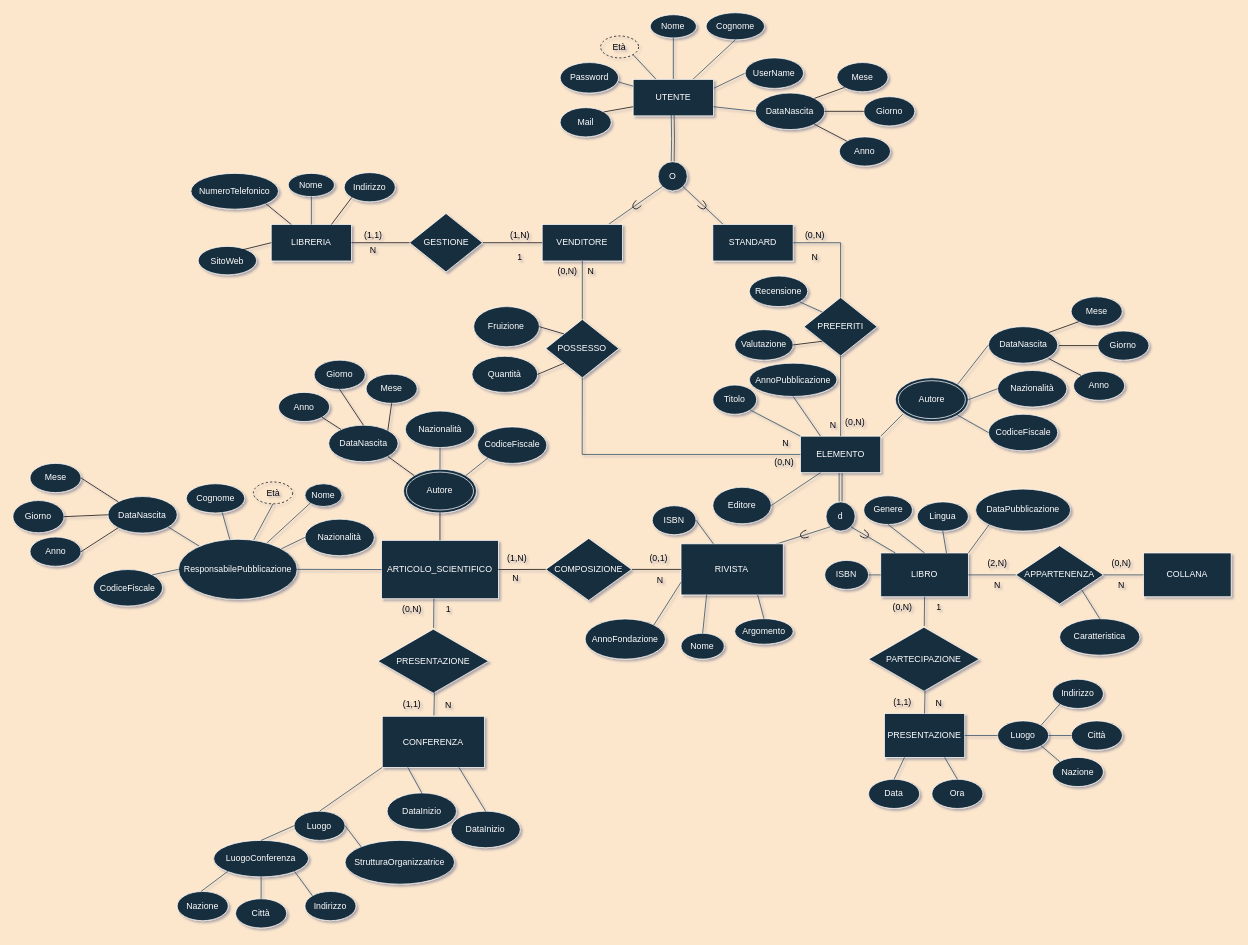
Giovk/Sistema-di-una-Bibleoteca-Digitale keeps this draw.io diagram as Copia di diagrammaER_v1.2.1.drawio. Above is the earlier version. Source tidied: cells renumbered, new cells numbered last; positions are measured from the earlier drawing's top-left corner, leaving out a move shared by most shapes. Both pictures are drawn from the tidied source at 73%, with x=0, y=0 at pixel (12, 12).
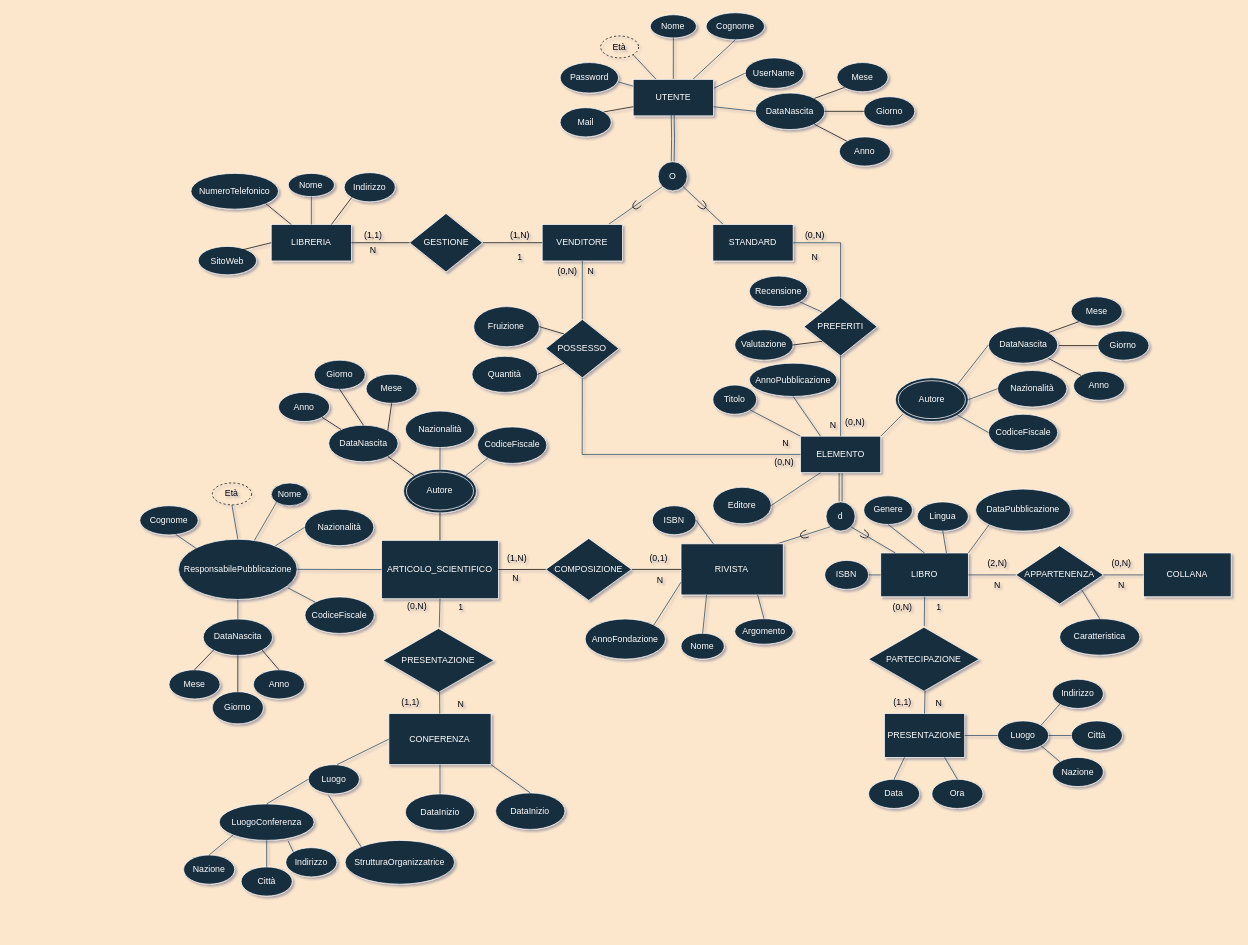
Above is the later version.

The change refers to these unchanged cells:
```xml
<mxCell id="4" value="ARTICOLO_SCIENTIFICO" style="rounded=0;whiteSpace=wrap;html=1;fillColor=#182E3E;strokeColor=#FFFFFF;fontColor=#FFFFFF;" parent="1" vertex="1">
  <mxGeometry x="505.2" y="722.7" width="160" height="80" as="geometry" />
</mxCell>
<mxCell id="79" value="ResponsabilePubblicazione" style="ellipse;whiteSpace=wrap;html=1;fillColor=#182E3E;strokeColor=#FFFFFF;fontColor=#FFFFFF;" parent="1" vertex="1">
  <mxGeometry x="227" y="721.2" width="162.6" height="82.5" as="geometry" />
</mxCell>
<mxCell id="89" value="StrutturaOrganizzatrice" style="ellipse;whiteSpace=wrap;html=1;fillColor=#182E3E;strokeColor=#FFFFFF;fontColor=#FFFFFF;" parent="1" vertex="1">
  <mxGeometry x="455.2" y="1133.7" width="150" height="60" as="geometry" />
</mxCell>
```

Diff of the diagram source:
```diff
@@
     <mxCell id="63" value="CONFERENZA" style="rounded=0;whiteSpace=wrap;html=1;fillColor=#182E3E;strokeColor=#FFFFFF;fontColor=#FFFFFF;" parent="1" vertex="1">
-      <mxGeometry x="506.1" y="963.7" width="140" height="70" as="geometry" />
+      <mxGeometry x="515.2" y="960" width="140" height="70" as="geometry" />
     </mxCell>
@@
     <mxCell id="70" value="Nome" style="ellipse;whiteSpace=wrap;html=1;fillColor=#182E3E;strokeColor=#FFFFFF;fontColor=#FFFFFF;" parent="1" vertex="1">
-      <mxGeometry x="400.2" y="645.2" width="50.8" height="31.2" as="geometry" />
+      <mxGeometry x="354" y="644.1" width="50.8" height="31.2" as="geometry" />
     </mxCell>
     <mxCell id="71" value="Cognome" style="ellipse;whiteSpace=wrap;html=1;fillColor=#182E3E;strokeColor=#FFFFFF;fontColor=#FFFFFF;" parent="1" vertex="1">
-      <mxGeometry x="237.7" y="645.2" width="80" height="40" as="geometry" />
+      <mxGeometry x="174" y="675.3" width="80" height="40" as="geometry" />
     </mxCell>
     <mxCell id="72" value="DataNascita" style="ellipse;whiteSpace=wrap;html=1;fillColor=#182E3E;strokeColor=#FFFFFF;fontColor=#FFFFFF;" parent="1" vertex="1">
-      <mxGeometry x="130.3" y="662.7" width="95" height="50" as="geometry" />
+      <mxGeometry x="260.8" y="830.4" width="95" height="50" as="geometry" />
     </mxCell>
-    <mxCell id="73" style="endArrow=none;html=1;rounded=0;labelBackgroundColor=#FCE7CD;strokeColor=#23445D;" parent="1" edge="1" source="79">
-      <mxGeometry relative="1" as="geometry">
-        <mxPoint x="210.2" y="702.7" as="targetPoint" />
-      </mxGeometry>
+    <mxCell id="73" style="endArrow=none;html=1;rounded=0;labelBackgroundColor=#FCE7CD;strokeColor=#23445D;" parent="1" edge="1" source="79" target="72">
+      <mxGeometry relative="1" as="geometry" />
     </mxCell>
     <mxCell id="74" value="CodiceFiscale" style="ellipse;whiteSpace=wrap;html=1;fillColor=#182E3E;strokeColor=#FFFFFF;fontColor=#FFFFFF;" parent="1" vertex="1">
-      <mxGeometry x="110.2" y="762.7" width="95" height="50" as="geometry" />
+      <mxGeometry x="400.2" y="800.2" width="95" height="50" as="geometry" />
     </mxCell>
     <mxCell id="75" value="Nazionalità" style="ellipse;whiteSpace=wrap;html=1;strokeColor=#FFFFFF;fontColor=#FFFFFF;fillColor=#182E3E;" parent="1" vertex="1">
-      <mxGeometry x="400.2" y="693.7" width="95" height="50" as="geometry" />
+      <mxGeometry x="399.6" y="680" width="95" height="50" as="geometry" />
     </mxCell>
@@
     <mxCell id="77" value="&lt;font color=&quot;#000000&quot;&gt;Età&lt;/font&gt;" style="ellipse;whiteSpace=wrap;html=1;align=center;dashed=1;strokeColor=#000000;fontColor=#FFFFFF;fillColor=none;" parent="1" vertex="1">
-      <mxGeometry x="329.6" y="642.7" width="53.8" height="30" as="geometry" />
+      <mxGeometry x="273.3" y="644.1" width="53.8" height="30" as="geometry" />
     </mxCell>
-    <mxCell id="78" style="endArrow=none;html=1;rounded=0;strokeColor=#23445D;fontColor=#000000;exitX=0.5;exitY=1;exitDx=0;exitDy=0;" parent="1" edge="1" source="77" target="79">
+    <mxCell id="78" style="endArrow=none;html=1;rounded=0;strokeColor=#23445D;fontColor=#000000;exitX=0.5;exitY=1;exitDx=0;exitDy=0;entryX=0.5;entryY=0;entryDx=0;entryDy=0;" parent="1" edge="1" source="77" target="79">
       <mxGeometry relative="1" as="geometry" />
     </mxCell>
@@
-    <mxCell id="80" style="endArrow=none;html=1;rounded=0;strokeColor=#23445D;fontColor=#000000;entryX=0;entryY=0.5;entryDx=0;entryDy=0;exitX=1;exitY=0;exitDx=0;exitDy=0;" parent="1" edge="1" source="74" target="79">
+    <mxCell id="80" style="endArrow=none;html=1;rounded=0;strokeColor=#23445D;fontColor=#000000;entryX=0.923;entryY=0.808;entryDx=0;entryDy=0;exitX=0;exitY=0;exitDx=0;exitDy=0;entryPerimeter=0;" parent="1" edge="1" source="74" target="79">
       <mxGeometry relative="1" as="geometry" />
     </mxCell>
     <mxCell id="81" value="Luogo" style="ellipse;whiteSpace=wrap;html=1;fillColor=#182E3E;strokeColor=#FFFFFF;fontColor=#FFFFFF;" parent="1" vertex="1">
-      <mxGeometry x="385.2" y="1093.7" width="70" height="40" as="geometry" />
+      <mxGeometry x="404.8" y="1030" width="70" height="40" as="geometry" />
     </mxCell>
-    <mxCell id="82" style="endArrow=none;html=1;rounded=0;strokeColor=#23445D;fontColor=#000000;exitX=0.5;exitY=0;exitDx=0;exitDy=0;entryX=0;entryY=1;entryDx=0;entryDy=0;" parent="1" edge="1" source="81" target="63">
-      <mxGeometry relative="1" as="geometry" />
+    <mxCell id="82" style="endArrow=none;html=1;rounded=0;strokeColor=#23445D;fontColor=#000000;entryX=0;entryY=0.5;entryDx=0;entryDy=0;" parent="1" edge="1" target="63">
+      <mxGeometry relative="1" as="geometry">
+        <mxPoint x="444" y="1030" as="sourcePoint" />
+      </mxGeometry>
     </mxCell>
     <mxCell id="83" value="DataInizio" style="ellipse;whiteSpace=wrap;html=1;fillColor=#182E3E;strokeColor=#FFFFFF;fontColor=#FFFFFF;" parent="1" vertex="1">
-      <mxGeometry x="512.8" y="1068.7" width="95" height="50" as="geometry" />
+      <mxGeometry x="537.8" y="1070" width="95" height="50" as="geometry" />
     </mxCell>
-    <mxCell id="84" style="endArrow=none;html=1;rounded=0;strokeColor=#23445D;fontColor=#000000;exitX=0.5;exitY=0;exitDx=0;exitDy=0;entryX=0.25;entryY=1;entryDx=0;entryDy=0;" parent="1" edge="1" source="83" target="63">
+    <mxCell id="84" style="endArrow=none;html=1;rounded=0;strokeColor=#23445D;fontColor=#000000;exitX=0.5;exitY=0;exitDx=0;exitDy=0;entryX=0.5;entryY=1;entryDx=0;entryDy=0;" parent="1" edge="1" source="83" target="63">
       <mxGeometry relative="1" as="geometry" />
     </mxCell>
     <mxCell id="85" value="DataInizio" style="ellipse;whiteSpace=wrap;html=1;fillColor=#182E3E;strokeColor=#FFFFFF;fontColor=#FFFFFF;" parent="1" vertex="1">
-      <mxGeometry x="600.2" y="1093.7" width="95" height="50" as="geometry" />
+      <mxGeometry x="661.4" y="1068.7" width="95" height="50" as="geometry" />
     </mxCell>
-    <mxCell id="86" style="endArrow=none;html=1;rounded=0;strokeColor=#23445D;fontColor=#000000;exitX=0.5;exitY=0;exitDx=0;exitDy=0;entryX=0.75;entryY=1;entryDx=0;entryDy=0;" parent="1" edge="1" source="85" target="63">
+    <mxCell id="86" style="endArrow=none;html=1;rounded=0;strokeColor=#23445D;fontColor=#000000;exitX=0.5;exitY=0;exitDx=0;exitDy=0;entryX=1;entryY=1;entryDx=0;entryDy=0;" parent="1" edge="1" source="85" target="63">
       <mxGeometry relative="1" as="geometry" />
     </mxCell>
     <mxCell id="87" value="LuogoConferenza" style="ellipse;whiteSpace=wrap;html=1;fillColor=#182E3E;strokeColor=#FFFFFF;fontColor=#FFFFFF;" parent="1" vertex="1">
-      <mxGeometry x="275.2" y="1133.7" width="130" height="50" as="geometry" />
+      <mxGeometry x="282.8" y="1083.7" width="130" height="50" as="geometry" />
     </mxCell>
@@
-    <mxCell id="90" style="endArrow=none;html=1;rounded=0;strokeColor=#23445D;fontColor=#000000;exitX=1;exitY=0.5;exitDx=0;exitDy=0;entryX=0;entryY=0;entryDx=0;entryDy=0;" parent="1" edge="1" source="81" target="89">
+    <mxCell id="90" style="endArrow=none;html=1;rounded=0;strokeColor=#23445D;fontColor=#000000;exitX=0.398;exitY=1.059;exitDx=0;exitDy=0;entryX=0;entryY=0;entryDx=0;entryDy=0;exitPerimeter=0;" parent="1" edge="1" source="81" target="89">
       <mxGeometry relative="1" as="geometry" />
     </mxCell>
     <mxCell id="91" value="Nazione" style="ellipse;whiteSpace=wrap;html=1;fillColor=#182E3E;strokeColor=#FFFFFF;fontColor=#FFFFFF;" parent="1" vertex="1">
-      <mxGeometry x="225.2" y="1203.7" width="70" height="40" as="geometry" />
+      <mxGeometry x="234" y="1153.7" width="70" height="40" as="geometry" />
     </mxCell>
-    <mxCell id="92" style="endArrow=none;html=1;rounded=0;strokeColor=#23445D;fontColor=#000000;entryX=0;entryY=1;entryDx=0;entryDy=0;" parent="1" edge="1" target="87">
-      <mxGeometry relative="1" as="geometry">
-        <mxPoint x="257.8" y="1203.7" as="sourcePoint" />
-      </mxGeometry>
+    <mxCell id="92" style="endArrow=none;html=1;rounded=0;strokeColor=#23445D;fontColor=#000000;entryX=0;entryY=1;entryDx=0;entryDy=0;exitX=0.5;exitY=0;exitDx=0;exitDy=0;" parent="1" edge="1" source="91" target="87">
+      <mxGeometry relative="1" as="geometry" />
     </mxCell>
     <mxCell id="93" value="Città" style="ellipse;whiteSpace=wrap;html=1;fillColor=#182E3E;strokeColor=#FFFFFF;fontColor=#FFFFFF;" parent="1" vertex="1">
-      <mxGeometry x="305.2" y="1213.7" width="70" height="40" as="geometry" />
+      <mxGeometry x="312.8" y="1170" width="70" height="40" as="geometry" />
     </mxCell>
@@
     <mxCell id="95" value="Indirizzo" style="ellipse;whiteSpace=wrap;html=1;fillColor=#182E3E;strokeColor=#FFFFFF;fontColor=#FFFFFF;" parent="1" vertex="1">
-      <mxGeometry x="400.2" y="1203.7" width="70" height="40" as="geometry" />
+      <mxGeometry x="374" y="1143.7" width="70" height="40" as="geometry" />
     </mxCell>
-    <mxCell id="96" style="endArrow=none;html=1;rounded=0;strokeColor=#23445D;fontColor=#000000;exitX=0;exitY=0;exitDx=0;exitDy=0;entryX=1;entryY=1;entryDx=0;entryDy=0;" parent="1" edge="1" source="95" target="87">
+    <mxCell id="96" style="endArrow=none;html=1;rounded=0;strokeColor=#23445D;fontColor=#000000;exitX=0;exitY=0;exitDx=0;exitDy=0;entryX=0.726;entryY=1.017;entryDx=0;entryDy=0;entryPerimeter=0;" parent="1" edge="1" source="95" target="87">
       <mxGeometry relative="1" as="geometry" />
     </mxCell>
@@
-    <mxCell id="98" style="endArrow=none;html=1;rounded=0;strokeColor=#23445D;fontColor=#000000;entryX=0.615;entryY=0.98;entryDx=0;entryDy=0;entryPerimeter=0;" parent="1" edge="1" source="79" target="71">
+    <mxCell id="98" style="endArrow=none;html=1;rounded=0;strokeColor=#23445D;fontColor=#000000;entryX=0.615;entryY=0.98;entryDx=0;entryDy=0;entryPerimeter=0;exitX=0;exitY=0;exitDx=0;exitDy=0;" parent="1" edge="1" source="79" target="71">
       <mxGeometry relative="1" as="geometry" />
     </mxCell>
@@
     <mxCell id="176" value="Mese" style="ellipse;whiteSpace=wrap;html=1;fillColor=#182E3E;strokeColor=#FFFFFF;fontColor=#FFFFFF;" parent="1" vertex="1">
-      <mxGeometry x="23.6" y="617.3" width="70" height="40" as="geometry" />
+      <mxGeometry x="214" y="900" width="70" height="40" as="geometry" />
     </mxCell>
     <mxCell id="177" value="Giorno" style="ellipse;whiteSpace=wrap;html=1;fillColor=#182E3E;strokeColor=#FFFFFF;fontColor=#FFFFFF;" parent="1" vertex="1">
-      <mxGeometry x="0.2" y="668.2" width="70" height="44.1" as="geometry" />
+      <mxGeometry x="273.3" y="930" width="70" height="44.1" as="geometry" />
     </mxCell>
     <mxCell id="178" value="Anno" style="ellipse;whiteSpace=wrap;html=1;fillColor=#182E3E;strokeColor=#FFFFFF;fontColor=#FFFFFF;" parent="1" vertex="1">
-      <mxGeometry x="23.6" y="718.2" width="70" height="40" as="geometry" />
+      <mxGeometry x="329.6" y="900" width="70" height="40" as="geometry" />
     </mxCell>
-    <mxCell id="179" style="endArrow=none;html=1;rounded=0;exitX=1;exitY=0.5;exitDx=0;exitDy=0;entryX=0;entryY=0;entryDx=0;entryDy=0;" parent="1" edge="1" source="176" target="72">
+    <mxCell id="179" style="endArrow=none;html=1;rounded=0;exitX=0.5;exitY=0;exitDx=0;exitDy=0;entryX=0;entryY=1;entryDx=0;entryDy=0;" parent="1" edge="1" source="176" target="72">
       <mxGeometry relative="1" as="geometry" />
     </mxCell>
-    <mxCell id="180" style="endArrow=none;html=1;rounded=0;exitX=1;exitY=0.5;exitDx=0;exitDy=0;entryX=0;entryY=0.5;entryDx=0;entryDy=0;" parent="1" edge="1" source="177" target="72">
+    <mxCell id="180" style="endArrow=none;html=1;rounded=0;exitX=0.5;exitY=0;exitDx=0;exitDy=0;entryX=0.5;entryY=1;entryDx=0;entryDy=0;" parent="1" edge="1" source="177" target="72">
       <mxGeometry relative="1" as="geometry" />
     </mxCell>
-    <mxCell id="181" style="endArrow=none;html=1;rounded=0;exitX=1;exitY=0.5;exitDx=0;exitDy=0;entryX=0;entryY=1;entryDx=0;entryDy=0;" parent="1" edge="1" source="178" target="72">
+    <mxCell id="181" style="endArrow=none;html=1;rounded=0;exitX=0.5;exitY=0;exitDx=0;exitDy=0;entryX=1;entryY=1;entryDx=0;entryDy=0;" parent="1" edge="1" source="178" target="72">
       <mxGeometry relative="1" as="geometry" />
     </mxCell>
@@
     <mxCell id="199" value="PRESENTAZIONE" style="html=1;whiteSpace=wrap;shape=isoRectangle;fillColor=#182E3E;strokeColor=#FFFFFF;fontColor=#FFFFFF;" parent="1" vertex="1">
-      <mxGeometry x="500.2" y="842.7" width="151.7" height="91" as="geometry" />
+      <mxGeometry x="507.3" y="841.7" width="151.7" height="91" as="geometry" />
     </mxCell>
-    <mxCell id="200" style="endArrow=none;html=1;rounded=0;entryX=0.5;entryY=1;entryDx=0;entryDy=0;labelBackgroundColor=#FCE7CD;strokeColor=#23445D;fontColor=#000000;" parent="1" edge="1" source="199">
-      <mxGeometry relative="1" as="geometry">
-        <mxPoint x="576.9" y="802.7" as="targetPoint" />
-      </mxGeometry>
+    <mxCell id="200" style="endArrow=none;html=1;rounded=0;entryX=0.5;entryY=1;entryDx=0;entryDy=0;labelBackgroundColor=#FCE7CD;strokeColor=#23445D;fontColor=#000000;" parent="1" edge="1" source="199" target="4">
+      <mxGeometry relative="1" as="geometry" />
     </mxCell>
-    <mxCell id="201" style="endArrow=none;html=1;rounded=0;entryX=0.51;entryY=0.968;entryDx=0;entryDy=0;entryPerimeter=0;exitX=0.5;exitY=0;exitDx=0;exitDy=0;labelBackgroundColor=#FCE7CD;strokeColor=#23445D;fontColor=#000000;" parent="1" edge="1" target="199">
-      <mxGeometry relative="1" as="geometry">
-        <mxPoint x="576.9" y="962.7" as="sourcePoint" />
-      </mxGeometry>
+    <mxCell id="201" style="endArrow=none;html=1;rounded=0;entryX=0.51;entryY=0.968;entryDx=0;entryDy=0;entryPerimeter=0;labelBackgroundColor=#FCE7CD;strokeColor=#23445D;fontColor=#000000;" parent="1" edge="1" source="63" target="199">
+      <mxGeometry relative="1" as="geometry" />
     </mxCell>
     <mxCell id="202" value="N" style="text;html=1;strokeColor=none;fillColor=none;align=center;verticalAlign=middle;whiteSpace=wrap;rounded=0;fontColor=#000000;" parent="1" vertex="1">
-      <mxGeometry x="566.9" y="933.7" width="60" height="30" as="geometry" />
+      <mxGeometry x="583.5" y="932.7" width="60" height="30" as="geometry" />
     </mxCell>
     <mxCell id="203" value="1" style="text;html=1;strokeColor=none;fillColor=none;align=center;verticalAlign=middle;whiteSpace=wrap;rounded=0;fontColor=#000000;" parent="1" vertex="1">
-      <mxGeometry x="566.9" y="802.7" width="60" height="30" as="geometry" />
+      <mxGeometry x="583.5" y="800" width="60" height="30" as="geometry" />
     </mxCell>
     <mxCell id="204" value="(0,N)" style="text;html=1;strokeColor=none;fillColor=none;align=center;verticalAlign=middle;whiteSpace=wrap;rounded=0;fontColor=#000000;" parent="1" vertex="1">
-      <mxGeometry x="516.9" y="802.7" width="60" height="30" as="geometry" />
+      <mxGeometry x="523.5" y="797.5" width="60" height="30" as="geometry" />
     </mxCell>
     <mxCell id="205" value="(1,1)" style="text;html=1;strokeColor=none;fillColor=none;align=center;verticalAlign=middle;whiteSpace=wrap;rounded=0;fontColor=#000000;" parent="1" vertex="1">
-      <mxGeometry x="516.9" y="932.7" width="60" height="30" as="geometry" />
+      <mxGeometry x="515.2" y="930" width="60" height="30" as="geometry" />
     </mxCell>
```
